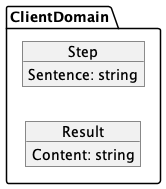
Before: thesis/part/Proyecto_ejecutivo/memoria_descriptiva/descripcionDelProyecto/client/uml/clientDomain.png, a diagram exported from PlantUML (Enrikerf/pfm).
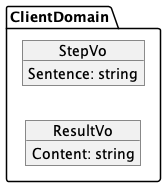
The same file after the commit.

The edit, as a diff of the source:
```diff
@@ -6,11 +6,11 @@
 
 package ClientDomain{
 
-    object Step{
+    object StepVo{
         Sentence: string
     }
 
-    object Result{
+    object ResultVo{
         Content: string
     }
 
```
